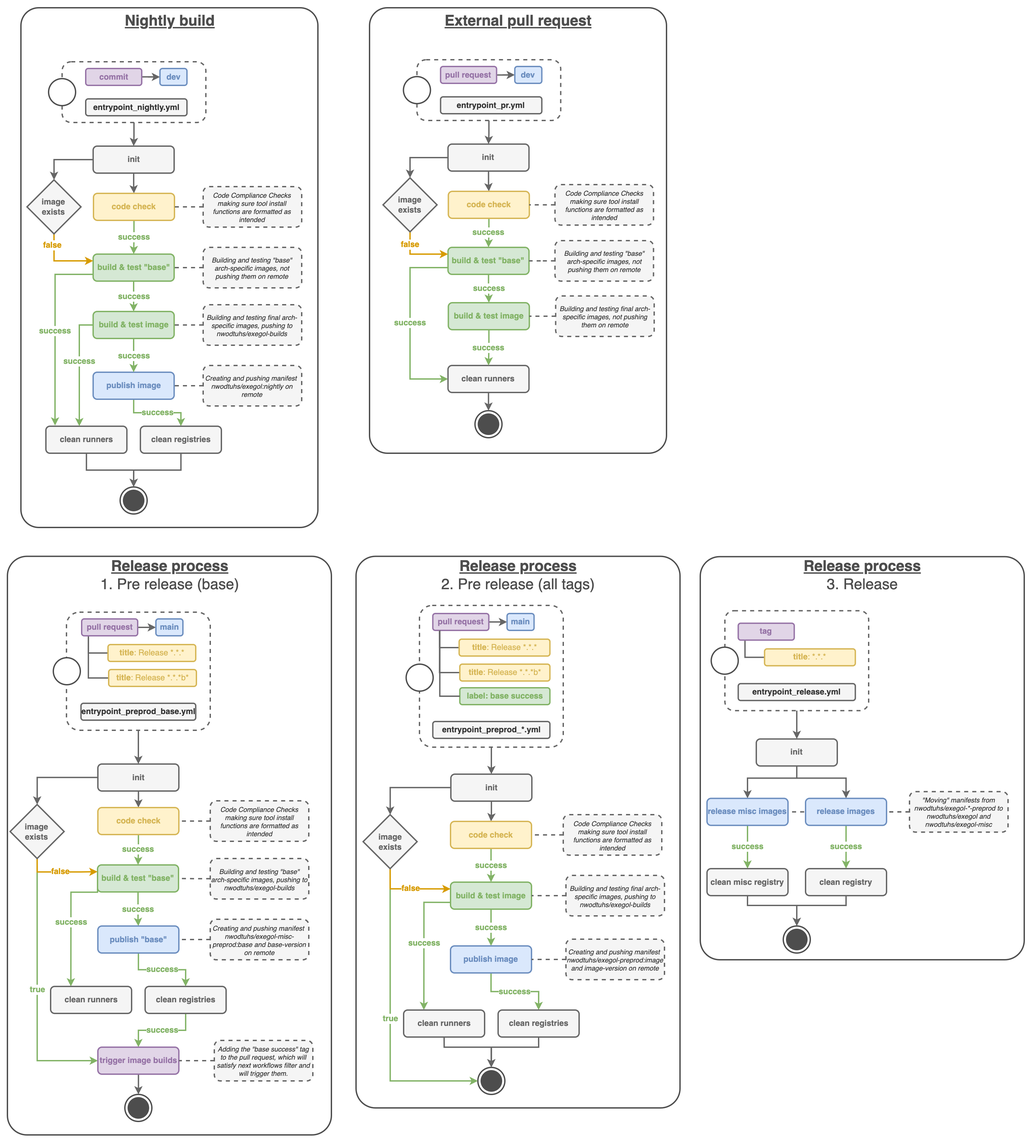
Earlier version of the draw.io export source/assets/gh_pipelines.png (ThePorgs/Exegol-docs). Source tidied: cells renumbered, new cells last; positions are measured from the earlier drawing's top-left corner, leaving out a move shared by most shapes.
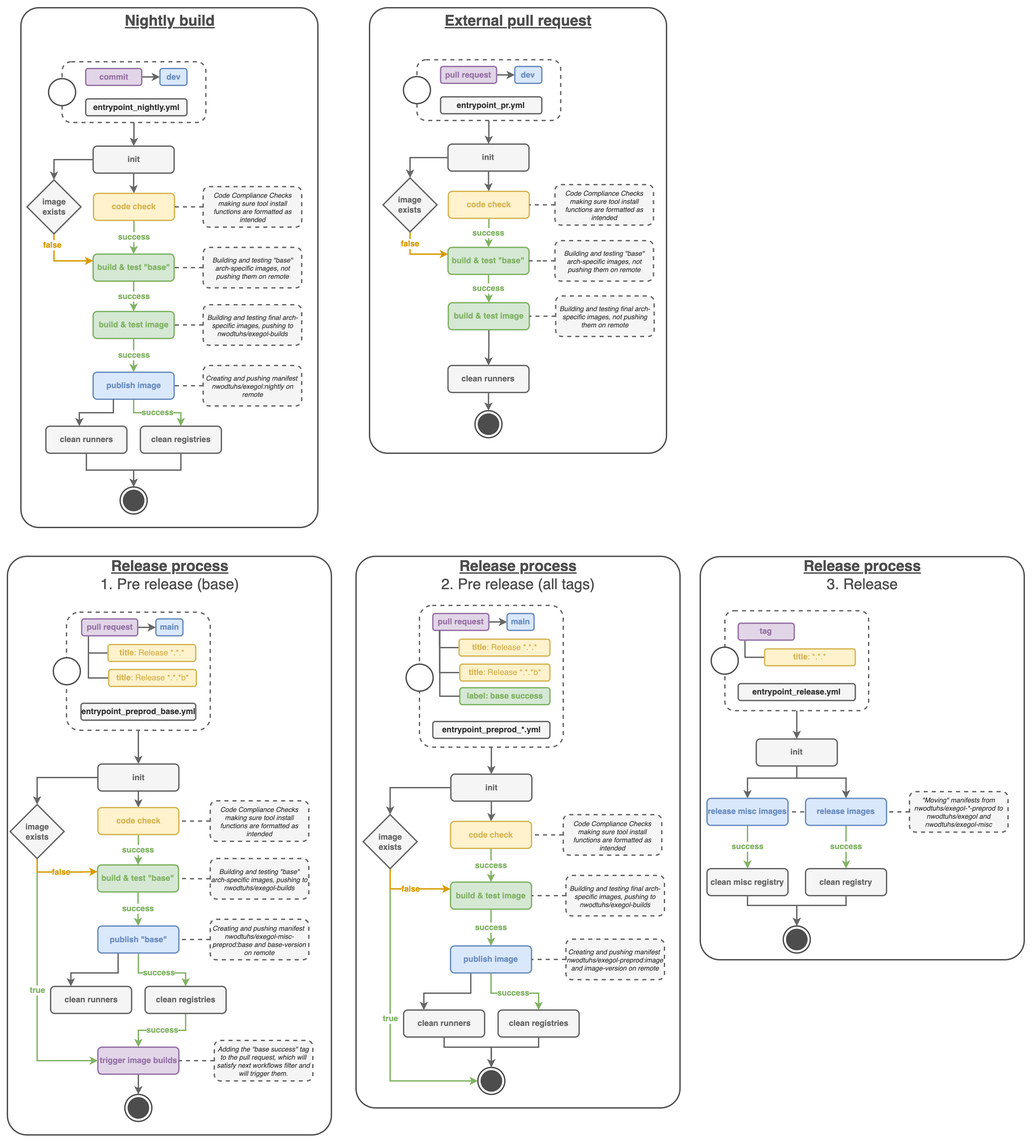
After the change.

Commit message:
updating exegol-images pipelines doc

Change to the diagram source:
```diff
@@ -64,10 +64,11 @@
         </Array>
       </mxGeometry>
     </mxCell>
-    <mxCell id="21" value="success" style="edgeStyle=orthogonalEdgeStyle;rounded=0;jettySize=auto;html=1;exitX=0;exitY=0.75;exitDx=0;exitDy=0;entryX=0.25;entryY=0;entryDx=0;entryDy=0;strokeWidth=2;fillColor=#d5e8d4;strokeColor=#82b366;fontColor=#82B366;fontSize=12;fontStyle=1;" parent="1" edge="1" source="22" target="25">
+    <mxCell id="21" style="edgeStyle=orthogonalEdgeStyle;rounded=0;jettySize=auto;html=1;exitX=0.25;exitY=1;exitDx=0;exitDy=0;entryX=0.25;entryY=0;entryDx=0;entryDy=0;strokeWidth=2;fillColor=#d5e8d4;strokeColor=#666666;fontColor=#82B366;fontSize=12;fontStyle=1;" parent="1" edge="1" source="24" target="25">
       <mxGeometry relative="1" as="geometry">
         <Array as="points">
-          <mxPoint x="93.5" y="1310.5" />
+          <mxPoint x="164" y="1430" />
+          <mxPoint x="94" y="1430" />
         </Array>
       </mxGeometry>
     </mxCell>
@@ -75,7 +76,12 @@
       <mxGeometry x="133" y="1270" width="120" height="40" as="geometry" />
     </mxCell>
     <mxCell id="23" value="success" style="edgeStyle=orthogonalEdgeStyle;rounded=0;jettySize=auto;html=1;entryX=0.5;entryY=0;entryDx=0;entryDy=0;strokeWidth=2;fillColor=#d5e8d4;strokeColor=#82b366;fontColor=#82B366;fontSize=12;fontStyle=1;" parent="1" edge="1" source="24" target="27">
-      <mxGeometry relative="1" as="geometry" />
+      <mxGeometry relative="1" as="geometry">
+        <Array as="points">
+          <mxPoint x="194" y="1430" />
+          <mxPoint x="264" y="1430" />
+        </Array>
+      </mxGeometry>
     </mxCell>
     <mxCell id="24" value="publish &quot;base&quot;" style="rounded=1;whiteSpace=wrap;html=1;fontSize=12;glass=0;strokeWidth=2;shadow=0;fillColor=#dae8fc;strokeColor=#6c8ebf;fontStyle=1;fontColor=#6C8EBF;" parent="1" vertex="1">
       <mxGeometry x="133.5" y="1360.5" width="120" height="40" as="geometry" />
@@ -128,14 +134,16 @@
     <mxCell id="40" value="success" style="edgeStyle=orthogonalEdgeStyle;rounded=0;jettySize=auto;html=1;strokeWidth=2;fillColor=#d5e8d4;strokeColor=#82b366;fontColor=#82B366;fontSize=12;fontStyle=1;" parent="1" edge="1" source="42" target="53">
       <mxGeometry relative="1" as="geometry" />
     </mxCell>
-    <mxCell id="41" value="success" style="edgeStyle=orthogonalEdgeStyle;rounded=0;jettySize=auto;html=1;exitX=0;exitY=0.75;exitDx=0;exitDy=0;entryX=0.113;entryY=-0.025;entryDx=0;entryDy=0;fillColor=#d5e8d4;strokeColor=#82b366;strokeWidth=2;fontColor=#82B366;fontStyle=1;fontSize=12;entryPerimeter=0;" parent="1" edge="1" source="42" target="46">
-      <mxGeometry relative="1" as="geometry" />
-    </mxCell>
     <mxCell id="42" value="build &amp;amp; test &quot;base&quot;" style="rounded=1;whiteSpace=wrap;html=1;fontSize=12;glass=0;strokeWidth=2;shadow=0;fillColor=#d5e8d4;strokeColor=#82b366;fontStyle=1;fontColor=#82B366;" parent="1" vertex="1">
       <mxGeometry x="126.5" y="365" width="120" height="40" as="geometry" />
     </mxCell>
     <mxCell id="43" value="success" style="edgeStyle=orthogonalEdgeStyle;rounded=0;jettySize=auto;html=1;entryX=0.5;entryY=0;entryDx=0;entryDy=0;strokeWidth=2;fillColor=#d5e8d4;strokeColor=#82b366;fontColor=#82B366;fontSize=12;fontStyle=1;" parent="1" edge="1" source="44" target="48">
-      <mxGeometry relative="1" as="geometry" />
+      <mxGeometry relative="1" as="geometry">
+        <Array as="points">
+          <mxPoint x="187" y="600" />
+          <mxPoint x="257" y="600" />
+        </Array>
+      </mxGeometry>
     </mxCell>
     <mxCell id="44" value="publish image" style="rounded=1;whiteSpace=wrap;html=1;fontSize=12;glass=0;strokeWidth=2;shadow=0;fillColor=#dae8fc;strokeColor=#6c8ebf;fontStyle=1;fontColor=#6C8EBF;" parent="1" vertex="1">
       <mxGeometry x="126.5" y="540" width="120" height="40" as="geometry" />
@@ -161,12 +169,12 @@
     <mxCell id="51" value="success" style="edgeStyle=orthogonalEdgeStyle;rounded=0;jettySize=auto;html=1;strokeWidth=2;fillColor=#d5e8d4;strokeColor=#82b366;fontColor=#82B366;fontSize=12;fontStyle=1;" parent="1" edge="1" source="53" target="44">
       <mxGeometry relative="1" as="geometry" />
     </mxCell>
-    <mxCell id="52" value="success" style="edgeStyle=orthogonalEdgeStyle;rounded=0;jettySize=auto;html=1;exitX=0;exitY=0.5;exitDx=0;exitDy=0;strokeWidth=2;fillColor=#d5e8d4;strokeColor=#82b366;fontColor=#82B366;fontSize=12;fontStyle=1;" parent="1" edge="1" source="53">
+    <mxCell id="52" style="edgeStyle=orthogonalEdgeStyle;rounded=0;jettySize=auto;html=1;exitX=0.25;exitY=1;exitDx=0;exitDy=0;strokeWidth=2;fillColor=#d5e8d4;strokeColor=#666666;fontColor=#82B366;fontSize=12;fontStyle=1;" parent="1" edge="1" source="44">
       <mxGeometry x="-0.13" relative="1" as="geometry">
         <mxPoint x="106" y="620" as="targetPoint" />
         <Array as="points">
-          <mxPoint x="106" y="470" />
-          <mxPoint x="106" y="620" />
+          <mxPoint x="157" y="600" />
+          <mxPoint x="106" y="600" />
         </Array>
       </mxGeometry>
     </mxCell>
@@ -305,10 +313,11 @@
         </Array>
       </mxGeometry>
     </mxCell>
-    <mxCell id="87" value="success" style="edgeStyle=orthogonalEdgeStyle;rounded=0;jettySize=auto;html=1;exitX=0;exitY=0.75;exitDx=0;exitDy=0;entryX=0.25;entryY=0;entryDx=0;entryDy=0;strokeWidth=2;fillColor=#d5e8d4;strokeColor=#82b366;fontColor=#82B366;fontSize=12;fontStyle=1;" parent="1" edge="1" source="88" target="92">
+    <mxCell id="87" style="edgeStyle=orthogonalEdgeStyle;rounded=0;jettySize=auto;html=1;exitX=0.25;exitY=1;exitDx=0;exitDy=0;entryX=0.25;entryY=0;entryDx=0;entryDy=0;strokeWidth=2;fillColor=#d5e8d4;strokeColor=#666666;fontColor=#82B366;fontSize=12;fontStyle=1;" parent="1" edge="1" source="90" target="92">
       <mxGeometry relative="1" as="geometry">
         <Array as="points">
-          <mxPoint x="616.5" y="1325.5" />
+          <mxPoint x="686" y="1460" />
+          <mxPoint x="617" y="1460" />
         </Array>
       </mxGeometry>
     </mxCell>
@@ -316,7 +325,12 @@
       <mxGeometry x="656" y="1295.5" width="120" height="40" as="geometry" />
     </mxCell>
     <mxCell id="89" value="success" style="edgeStyle=orthogonalEdgeStyle;rounded=0;jettySize=auto;html=1;entryX=0.5;entryY=0;entryDx=0;entryDy=0;strokeWidth=2;fillColor=#d5e8d4;strokeColor=#82b366;fontColor=#82B366;fontSize=12;fontStyle=1;" parent="1" edge="1" source="90" target="94">
-      <mxGeometry relative="1" as="geometry" />
+      <mxGeometry relative="1" as="geometry">
+        <Array as="points">
+          <mxPoint x="716" y="1460" />
+          <mxPoint x="787" y="1460" />
+        </Array>
+      </mxGeometry>
     </mxCell>
     <mxCell id="90" value="publish image" style="rounded=1;whiteSpace=wrap;html=1;fontSize=12;glass=0;strokeWidth=2;shadow=0;fillColor=#dae8fc;strokeColor=#6c8ebf;fontStyle=1;fontColor=#6C8EBF;" parent="1" vertex="1">
       <mxGeometry x="656" y="1390" width="120" height="40" as="geometry" />
@@ -382,14 +396,6 @@
     <mxCell id="107" value="success" style="edgeStyle=orthogonalEdgeStyle;rounded=0;jettySize=auto;html=1;strokeWidth=2;fillColor=#d5e8d4;strokeColor=#82b366;fontColor=#82B366;fontSize=12;fontStyle=1;" parent="1" edge="1" source="109" target="115">
       <mxGeometry relative="1" as="geometry" />
     </mxCell>
-    <mxCell id="108" value="&lt;b&gt;success&lt;/b&gt;" style="edgeStyle=orthogonalEdgeStyle;rounded=0;jettySize=auto;html=1;exitX=0;exitY=0.75;exitDx=0;exitDy=0;entryX=0;entryY=0.5;entryDx=0;entryDy=0;fontSize=12;fontColor=#82B366;strokeWidth=2;fillColor=#d5e8d4;strokeColor=#82b366;" parent="1" edge="1" source="109" target="111">
-      <mxGeometry relative="1" as="geometry">
-        <Array as="points">
-          <mxPoint x="596" y="385" />
-          <mxPoint x="596" y="550" />
-        </Array>
-      </mxGeometry>
-    </mxCell>
     <mxCell id="109" value="build &amp;amp; test &quot;base&quot;" style="rounded=1;whiteSpace=wrap;html=1;fontSize=12;glass=0;strokeWidth=2;shadow=0;fillColor=#d5e8d4;strokeColor=#82b366;fontStyle=1;fontColor=#82B366;" parent="1" vertex="1">
       <mxGeometry x="652.2" y="355" width="120" height="40" as="geometry" />
     </mxCell>
@@ -405,7 +411,7 @@
     <mxCell id="113" value="image&lt;br&gt;exists" style="rhombus;whiteSpace=wrap;html=1;fillColor=#f5f5f5;fontColor=#666666;strokeColor=#666666;strokeWidth=2;fontStyle=1;" parent="1" vertex="1">
       <mxGeometry x="556" y="252" width="80" height="80" as="geometry" />
     </mxCell>
-    <mxCell id="114" value="success" style="edgeStyle=orthogonalEdgeStyle;rounded=0;jettySize=auto;html=1;strokeWidth=2;fillColor=#d5e8d4;strokeColor=#82b366;fontColor=#82B366;fontSize=12;fontStyle=1;" parent="1" edge="1" source="115" target="111">
+    <mxCell id="114" style="edgeStyle=orthogonalEdgeStyle;rounded=0;jettySize=auto;html=1;exitX=0.5;exitY=1;exitDx=0;exitDy=0;entryX=0.5;entryY=0;entryDx=0;entryDy=0;strokeWidth=2;strokeColor=#666666;" parent="1" edge="1" source="115" target="111">
       <mxGeometry relative="1" as="geometry" />
     </mxCell>
     <mxCell id="115" value="build &amp;amp; test image" style="rounded=1;whiteSpace=wrap;html=1;fontSize=12;glass=0;strokeWidth=2;shadow=0;fillColor=#d5e8d4;strokeColor=#82b366;fontStyle=1;fontColor=#82B366;" parent="1" vertex="1">
```
